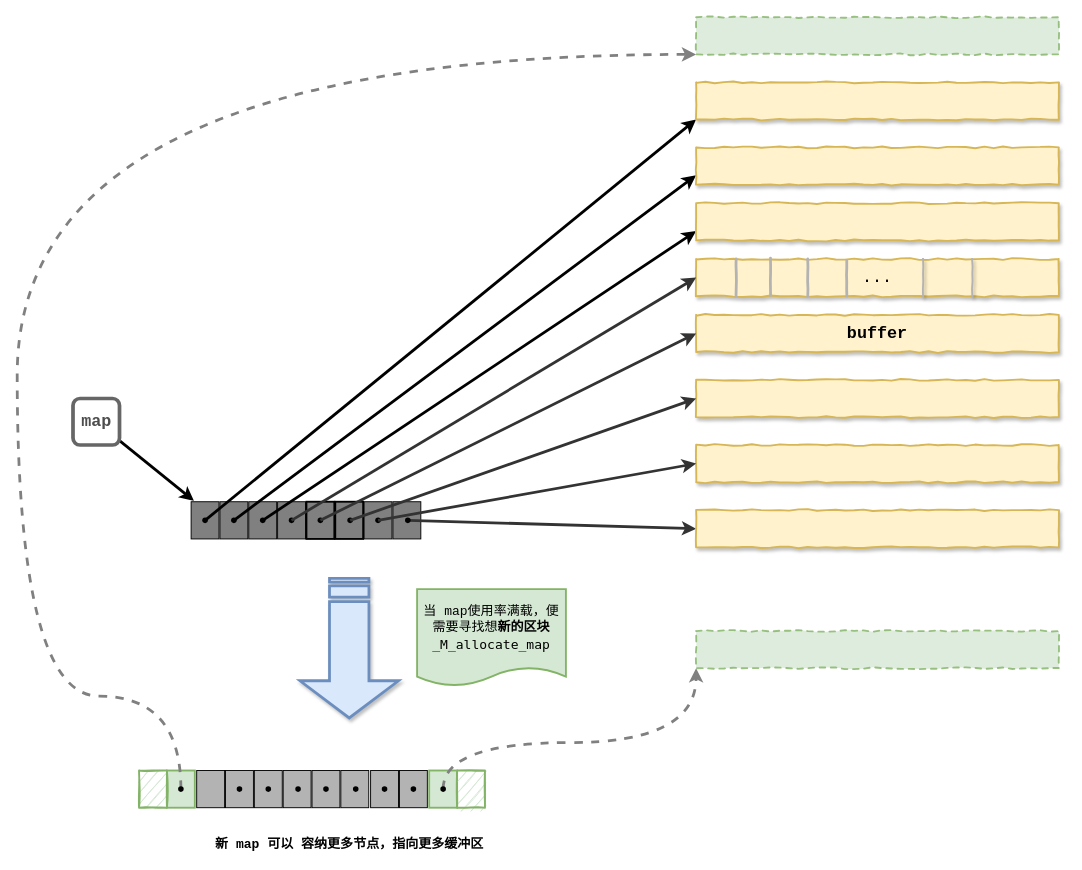
JoyChenNo1/JoyChenNo1.github.io keeps this draw.io diagram as BlogImages/STL/deque-map-node-buffer.drawio. Above is the earlier version. Source tidied: cells renumbered, new cells numbered last; positions are measured from the earlier drawing's top-left corner, leaving out a move shared by most shapes. Both pictures are drawn from the tidied source at 93%, with x=0, y=0 at pixel (17, 17).
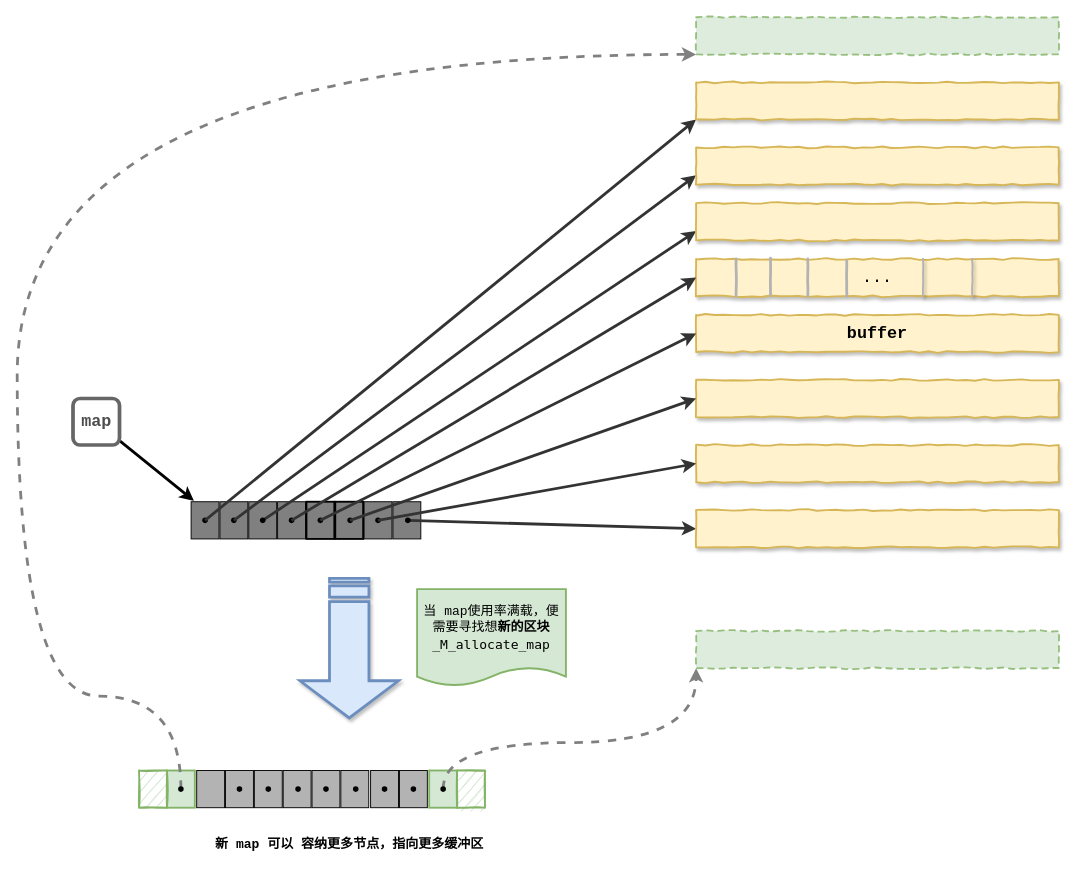
After the change.

Unchanged cells that the change refers to:
```xml
<mxCell id="51" style="shape=waypoint;sketch=0;fillStyle=solid;size=6;points=[];perimeter=centerPerimeter;snapToPoint=1;rounded=1;comic=0;gradientDirection=north;fillColor=#808080;" parent="1" vertex="1">
  <mxGeometry x="182" y="521" width="40" height="40" as="geometry" />
</mxCell>
<mxCell id="53" style="shape=waypoint;sketch=0;fillStyle=solid;size=6;points=[];perimeter=centerPerimeter;snapToPoint=1;rounded=1;comic=0;gradientDirection=north;fillColor=#808080;" parent="1" vertex="1">
  <mxGeometry x="213" y="521" width="40" height="40" as="geometry" />
</mxCell>
<mxCell id="57" style="shape=waypoint;sketch=0;fillStyle=solid;size=6;points=[];perimeter=centerPerimeter;snapToPoint=1;rounded=1;comic=0;gradientDirection=north;fillColor=#808080;" parent="1" vertex="1">
  <mxGeometry x="244" y="521" width="40" height="40" as="geometry" />
</mxCell>
<mxCell id="59" style="rounded=0;whiteSpace=wrap;html=1;comic=1;strokeWidth=2;fillColor=#fff2cc;strokeColor=#d6b656;shadow=1;jiggle=2;" parent="1" vertex="1">
  <mxGeometry x="730" y="140" width="390" height="40" as="geometry" />
</mxCell>
<mxCell id="60" style="rounded=0;whiteSpace=wrap;html=1;comic=1;strokeWidth=2;fillColor=#fff2cc;strokeColor=#d6b656;shadow=1;jiggle=2;" parent="1" vertex="1">
  <mxGeometry x="730" y="70" width="390" height="40" as="geometry" />
</mxCell>
<mxCell id="61" style="rounded=0;whiteSpace=wrap;html=1;comic=1;strokeWidth=2;fillColor=#fff2cc;strokeColor=#d6b656;shadow=1;jiggle=2;" parent="1" vertex="1">
  <mxGeometry x="730" y="200" width="390" height="40" as="geometry" />
</mxCell>
```

What changed in the source:
```diff
@@
-    <mxCell id="55" style="rounded=0;comic=0;jiggle=2;jettySize=auto;html=1;fontFamily=Courier New;fontSize=18;fontColor=#808080;strokeWidth=3;entryX=0;entryY=0.75;entryDx=0;entryDy=0;" parent="1" edge="1" source="57" target="61">
+    <mxCell id="55" style="rounded=0;comic=0;jiggle=2;jettySize=auto;html=1;fontFamily=Courier New;fontSize=18;fontColor=#808080;strokeWidth=3;entryX=0;entryY=0.75;entryDx=0;entryDy=0;strokeColor=#333333;" parent="1" edge="1" source="57" target="61">
       <mxGeometry relative="1" as="geometry" />
     </mxCell>
-    <mxCell id="56" style="edgeStyle=none;rounded=0;comic=0;jiggle=2;jettySize=auto;html=1;fontFamily=Courier New;fontSize=18;fontColor=#808080;strokeColor=#000000;strokeWidth=3;entryX=0;entryY=0.75;entryDx=0;entryDy=0;" parent="1" edge="1" source="53" target="59">
+    <mxCell id="56" style="edgeStyle=none;rounded=0;comic=0;jiggle=2;jettySize=auto;html=1;fontFamily=Courier New;fontSize=18;fontColor=#808080;strokeWidth=3;entryX=0;entryY=0.75;entryDx=0;entryDy=0;strokeColor=#333333;" parent="1" edge="1" source="53" target="59">
       <mxGeometry relative="1" as="geometry" />
     </mxCell>
@@
-    <mxCell id="58" style="edgeStyle=none;rounded=0;comic=0;jiggle=2;jettySize=auto;html=1;fontFamily=Courier New;fontSize=18;fontColor=#808080;strokeColor=#000000;strokeWidth=3;entryX=0;entryY=1;entryDx=0;entryDy=0;" parent="1" edge="1" source="51" target="60">
+    <mxCell id="58" style="edgeStyle=none;rounded=0;comic=0;jiggle=2;jettySize=auto;html=1;fontFamily=Courier New;fontSize=18;fontColor=#808080;strokeWidth=3;entryX=0;entryY=1;entryDx=0;entryDy=0;strokeColor=#333333;" parent="1" edge="1" source="51" target="60">
       <mxGeometry relative="1" as="geometry" />
     </mxCell>
```
